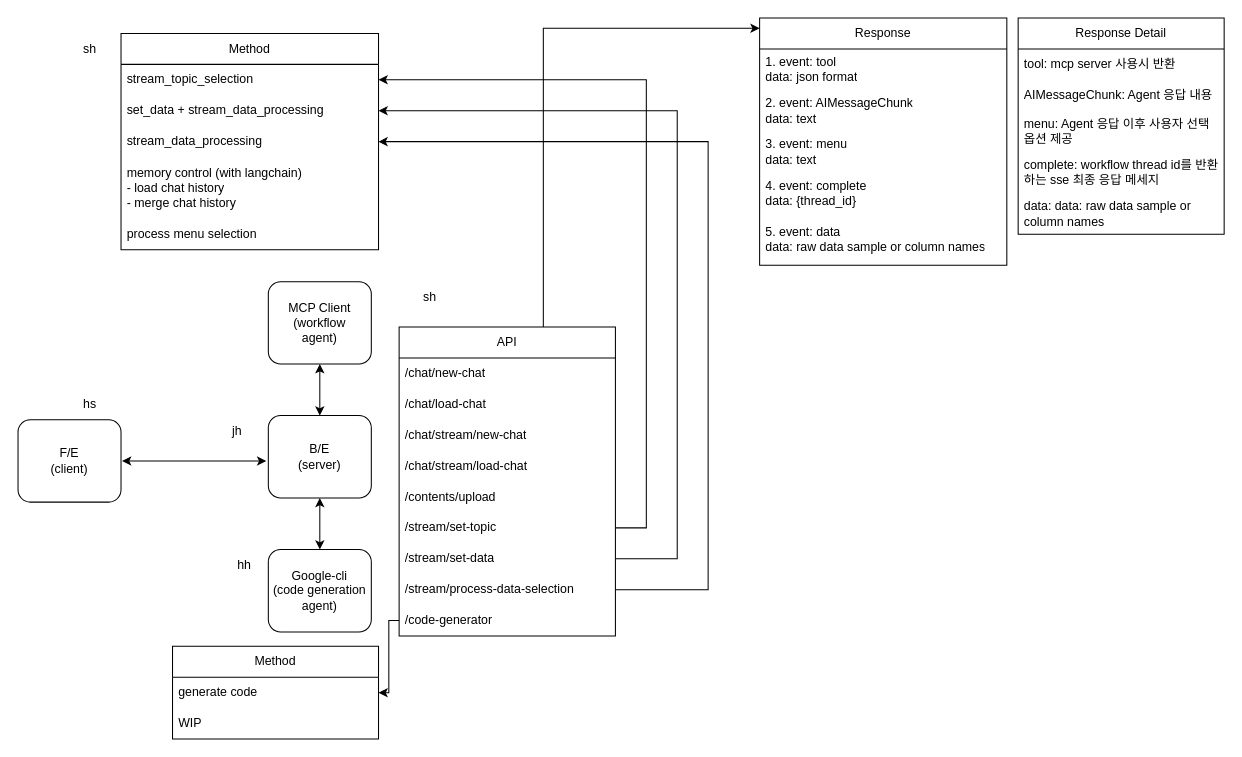
The draw.io diagram docs/vibecraft.drawio in vibecraft25/vibecraft-backend, before the edit. Source tidied: cells renumbered, new cells numbered last; positions are measured from the earlier drawing's top-left corner, leaving out a move shared by most shapes. Both pictures are drawn from the tidied source at 103%, with x=0, y=0 at pixel (18, 18).
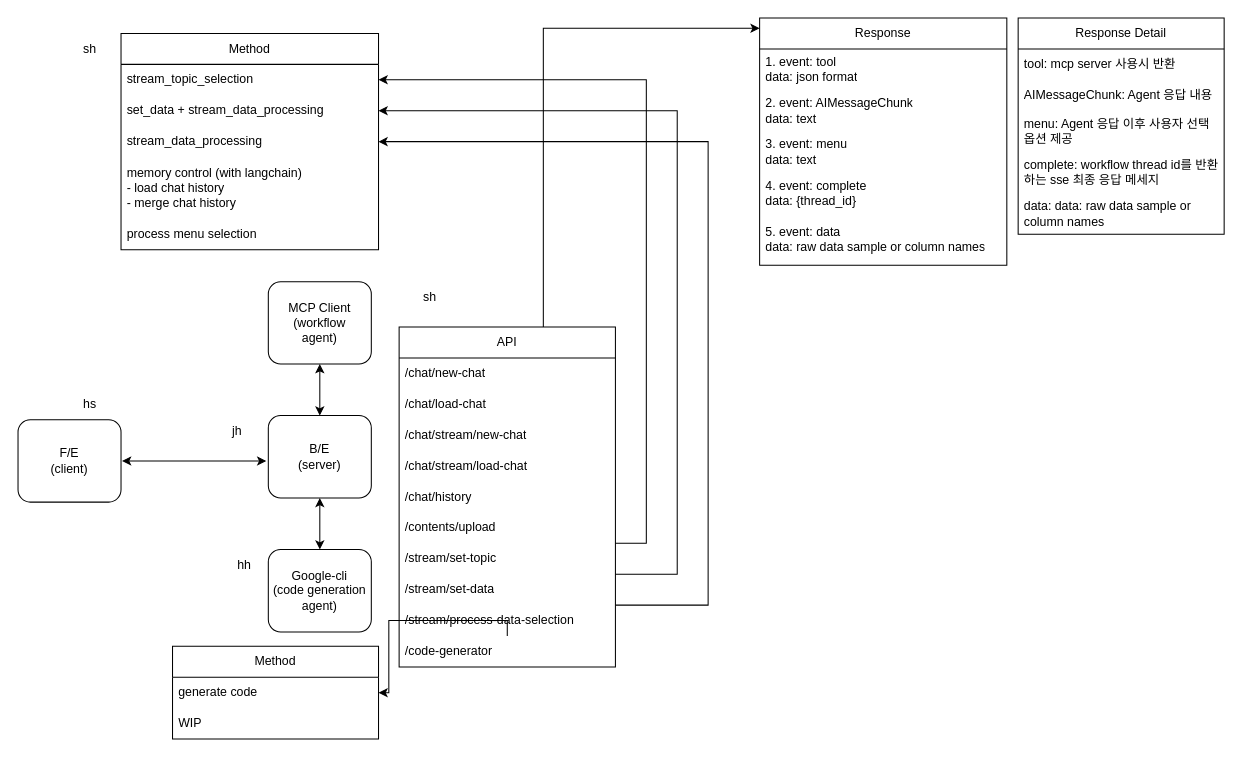
The same page after the edit.

The change refers to these unchanged cells:
```xml
<mxCell id="9" value="stream_topic_selection" style="text;strokeColor=none;fillColor=none;align=left;verticalAlign=middle;spacingLeft=4;spacingRight=4;overflow=hidden;points=[[0,0.5],[1,0.5]];portConstraint=eastwest;whiteSpace=wrap;html=1;" parent="8" vertex="1">
  <mxGeometry y="30" width="250" height="30" as="geometry" />
</mxCell>
<mxCell id="10" value="set_data +&amp;nbsp;stream_data_processing" style="text;strokeColor=none;fillColor=none;align=left;verticalAlign=middle;spacingLeft=4;spacingRight=4;overflow=hidden;points=[[0,0.5],[1,0.5]];portConstraint=eastwest;whiteSpace=wrap;html=1;" parent="8" vertex="1">
  <mxGeometry y="60" width="250" height="30" as="geometry" />
</mxCell>
<mxCell id="11" value="stream_data_processing" style="text;strokeColor=none;fillColor=none;align=left;verticalAlign=middle;spacingLeft=4;spacingRight=4;overflow=hidden;points=[[0,0.5],[1,0.5]];portConstraint=eastwest;whiteSpace=wrap;html=1;" parent="8" vertex="1">
  <mxGeometry y="90" width="250" height="30" as="geometry" />
</mxCell>
```

Diff of the diagram source:
```diff
@@
-    <mxCell id="14" style="endArrow=classic;startArrow=classic;html=1;rounded=0;exitX=1;exitY=0.5;exitDx=0;exitDy=0;" parent="1" edge="1">
-      <mxGeometry relative="1" as="geometry">
-        <mxPoint x="101" y="430" as="sourcePoint" />
-        <mxPoint x="241" y="430" as="targetPoint" />
-      </mxGeometry>
-    </mxCell>
+    <mxCell id="50" style="endArrow=classic;startArrow=classic;html=1;rounded=0;exitX=1;exitY=0.5;exitDx=0;exitDy=0;" parent="1" edge="1">
+      <mxGeometry relative="1" as="geometry">
+        <mxPoint x="101" y="430" as="sourcePoint" />
+        <mxPoint x="241" y="430" as="targetPoint" />
+      </mxGeometry>
+    </mxCell>
     <mxCell id="15" value="API" style="swimlane;fontStyle=0;horizontal=1;startSize=30;whiteSpace=wrap;html=1;" parent="1" vertex="1">
-      <mxGeometry x="370" y="300" width="210" height="300" as="geometry" />
+      <mxGeometry x="370" y="300" width="210" height="330" as="geometry" />
     </mxCell>
@@
+    <mxCell id="51" value="/chat/history" style="text;strokeColor=none;fillColor=none;align=left;verticalAlign=middle;spacingLeft=4;spacingRight=4;overflow=hidden;whiteSpace=wrap;html=1;" parent="15" vertex="1">
+      <mxGeometry y="150" width="210" height="30" as="geometry" />
+    </mxCell>
     <mxCell id="20" value="/contents/upload" style="text;strokeColor=none;fillColor=none;align=left;verticalAlign=middle;spacingLeft=4;spacingRight=4;overflow=hidden;whiteSpace=wrap;html=1;" parent="15" vertex="1">
-      <mxGeometry y="150" width="210" height="30" as="geometry" />
+      <mxGeometry y="180" width="210" height="30" as="geometry" />
     </mxCell>
     <mxCell id="21" value="/stream/set-topic" style="text;strokeColor=none;fillColor=none;align=left;verticalAlign=middle;spacingLeft=4;spacingRight=4;overflow=hidden;points=[[0,0.5],[1,0.5]];portConstraint=eastwest;whiteSpace=wrap;html=1;" parent="15" vertex="1">
-      <mxGeometry y="180" width="210" height="30" as="geometry" />
+      <mxGeometry y="210" width="210" height="30" as="geometry" />
     </mxCell>
     <mxCell id="22" value="/stream/set-data" style="text;strokeColor=none;fillColor=none;align=left;verticalAlign=middle;spacingLeft=4;spacingRight=4;overflow=hidden;points=[[0,0.5],[1,0.5]];portConstraint=eastwest;whiteSpace=wrap;html=1;" parent="15" vertex="1">
-      <mxGeometry y="210" width="210" height="30" as="geometry" />
+      <mxGeometry y="240" width="210" height="30" as="geometry" />
     </mxCell>
     <mxCell id="23" value="/stream/process-data-selection" style="text;strokeColor=none;fillColor=none;align=left;verticalAlign=middle;spacingLeft=4;spacingRight=4;overflow=hidden;points=[[0,0.5],[1,0.5]];portConstraint=eastwest;whiteSpace=wrap;html=1;" parent="15" vertex="1">
-      <mxGeometry y="240" width="210" height="30" as="geometry" />
+      <mxGeometry y="270" width="210" height="30" as="geometry" />
     </mxCell>
     <mxCell id="24" value="/code-generator" style="text;strokeColor=none;fillColor=none;align=left;verticalAlign=middle;spacingLeft=4;spacingRight=4;overflow=hidden;points=[[0,0.5],[1,0.5]];portConstraint=eastwest;whiteSpace=wrap;html=1;" parent="15" vertex="1">
-      <mxGeometry y="270" width="210" height="30" as="geometry" />
+      <mxGeometry y="300" width="210" height="30" as="geometry" />
     </mxCell>
@@
     <mxCell id="46" style="edgeStyle=orthogonalEdgeStyle;rounded=0;jettySize=auto;html=1;entryX=1;entryY=0.5;entryDx=0;entryDy=0;" parent="1" edge="1" source="21" target="9">
       <mxGeometry relative="1" as="geometry">
         <Array as="points">
-          <mxPoint x="610" y="495" />
+          <mxPoint x="610" y="510" />
           <mxPoint x="610" y="60" />
         </Array>
       </mxGeometry>
     </mxCell>
     <mxCell id="47" style="edgeStyle=orthogonalEdgeStyle;rounded=0;jettySize=auto;html=1;entryX=1;entryY=0.5;entryDx=0;entryDy=0;" parent="1" edge="1" source="22" target="10">
       <mxGeometry relative="1" as="geometry">
         <Array as="points">
-          <mxPoint x="640" y="525" />
+          <mxPoint x="640" y="540" />
           <mxPoint x="640" y="90" />
         </Array>
       </mxGeometry>
     </mxCell>
     <mxCell id="48" style="edgeStyle=orthogonalEdgeStyle;rounded=0;jettySize=auto;html=1;entryX=1;entryY=0.5;entryDx=0;entryDy=0;" parent="1" edge="1" source="23" target="11">
       <mxGeometry relative="1" as="geometry">
         <Array as="points">
-          <mxPoint x="670" y="555" />
+          <mxPoint x="670" y="570" />
           <mxPoint x="670" y="120" />
         </Array>
       </mxGeometry>
     </mxCell>
```
